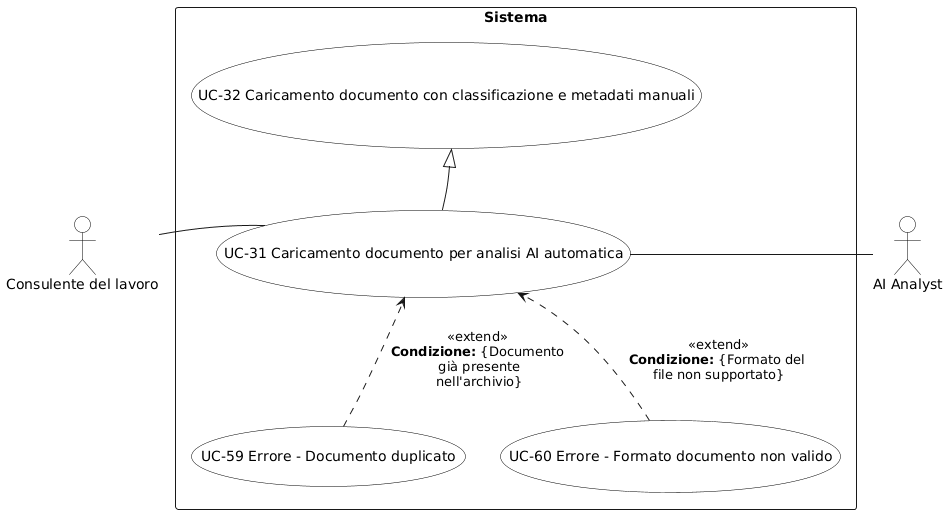
Earlier version of the PlantUML export RTB/Analisi dei Requisiti/diagrammi_use_case/UC-31.png (aLittleByte-19/Documentazione).
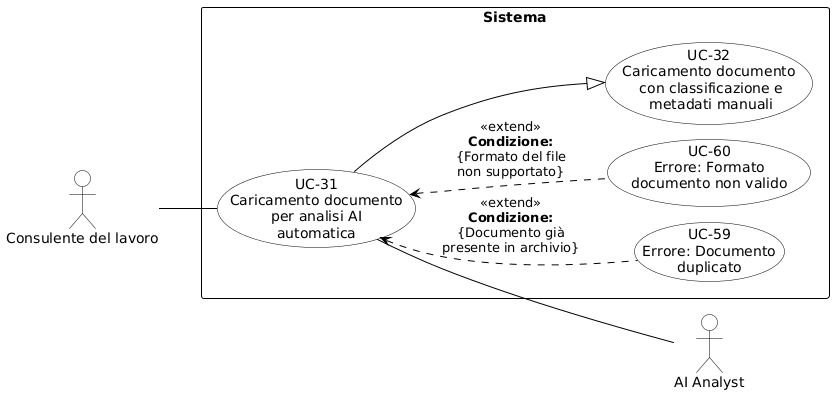
Above is the later version.

What changed in the source:
```diff
@@ -1,38 +1,40 @@
 @startuml
-skinparam backgroundColor white
+skinparam shadowing false
+skinparam defaultFontName Arial
+left to right direction
+skinparam nodesep 15
+skinparam ranksep 50
+
+skinparam usecase {
+    BackgroundColor white
+    BorderColor black
+    ArrowColor black
+}
 skinparam actor {
-  BackgroundColor white
-  BorderColor black
-  FontColor black
+    BackgroundColor white
+    BorderColor black
 }
-skinparam usecase {
-  BackgroundColor white
-  BorderColor black
-  FontColor black
+skinparam rectangle {
+    BorderColor black
+    FontStyle bold
 }
 
-actor "Consulente del lavoro" as C
-actor "AI Analyst" as AI
+actor "Consulente del lavoro" as CL
+actor "AI Analyst" as AA
 
 rectangle "Sistema" {
-  (UC-31 Caricamento documento per analisi AI automatica) as UC31
-  (UC-32 Caricamento documento con classificazione e metadati manuali) as UC32
-  (UC-59 Errore - Documento duplicato) as UC59
-  (UC-60 Errore - Formato documento non valido) as UC60
+    usecase "UC-31\nCaricamento documento\nper analisi AI\nautomatica" as UC31
+    usecase "UC-59\nErrore: Documento\nduplicato" as UC59
+    usecase "UC-60\nErrore: Formato\ndocumento non valido" as UC60
+    usecase "UC-32\nCaricamento documento\n con classificazione e\n metadati manuali" as UC32
 
-  C -[hidden]r- UC31
-  AI -[hidden]l- UC31
-  UC31 -[hidden]up- UC32
-  UC31 -[hidden]down- UC59
-  UC59 -[hidden]right- UC60
+    UC31 <.. UC59 : <<extend>>\n**Condizione:**\n{Documento già\npresente in archivio}
 
-  UC32 <|-- UC31
+    UC31 <.. UC60 : <<extend>>\n**Condizione:**\n{Formato del file\nnon supportato}
 
-  UC59 ..> UC31 : <<extend>>\n**Condizione:** {Documento\n già presente\n nell'archivio}
-  UC60 ..> UC31 : <<extend>>\n**Condizione:** {Formato del \nfile non supportato}
-
-  C - UC31
+    UC31 --|> UC32
 }
 
-AI - UC31
+CL -- UC31
+UC31 -- AA
 @enduml
```
